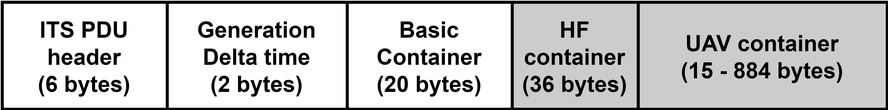
This is uav_cam/protocol_stack_modified_cam_high_level.drawio.png from sandaruwanjayaweera/v2xplus, a draw.io export, as it was before one commit. Source tidied: cells renumbered, new cells last; positions are measured from the earlier drawing's top-left corner, leaving out a move shared by most shapes. Source of this version:
```xml
<mxGraphModel>
  <root>
    <mxCell id="0" />
    <mxCell id="1" parent="0" />
    <mxCell id="2" value="ITS PDU header&lt;br style=&quot;font-size: 15px;&quot;&gt;(6 bytes)" style="rounded=0;whiteSpace=wrap;html=1;fillColor=#FFFFFF;fontSize=15;fontStyle=1;strokeWidth=2;" parent="1" vertex="1">
      <mxGeometry width="110" height="71" as="geometry" />
    </mxCell>
    <mxCell id="3" value="Basic Container&lt;br style=&quot;font-size: 15px;&quot;&gt;(20 bytes)" style="rounded=0;whiteSpace=wrap;html=1;fillColor=#FFFFFF;fontSize=15;fontStyle=1;strokeWidth=2;" parent="1" vertex="1">
      <mxGeometry x="230" width="110" height="71" as="geometry" />
    </mxCell>
    <mxCell id="4" value="HF container&lt;br style=&quot;font-size: 15px;&quot;&gt;(36 bytes)" style="rounded=0;whiteSpace=wrap;html=1;fillColor=#CCCCCC;fontSize=15;fontStyle=1;strokeWidth=2;" parent="1" vertex="1">
      <mxGeometry x="340" width="84" height="71" as="geometry" />
    </mxCell>
    <mxCell id="5" value="UAV container&lt;br style=&quot;font-size: 15px;&quot;&gt;(15 - 884 bytes)" style="rounded=0;whiteSpace=wrap;html=1;fillColor=#CCCCCC;fontSize=15;fontStyle=1;strokeWidth=2;" parent="1" vertex="1">
      <mxGeometry x="424" width="166" height="71" as="geometry" />
    </mxCell>
    <mxCell id="6" value="Generation Delta time&lt;br style=&quot;font-size: 15px;&quot;&gt;(2 bytes)" style="rounded=0;whiteSpace=wrap;html=1;fillColor=#FFFFFF;fontSize=15;fontStyle=1;strokeWidth=2;" parent="1" vertex="1">
      <mxGeometry x="110" width="120" height="71" as="geometry" />
    </mxCell>
  </root>
</mxGraphModel>
```
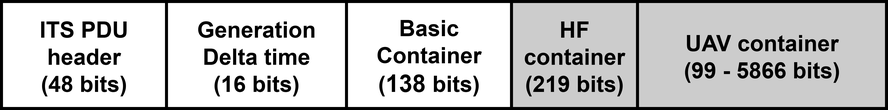
After the commit.

Commit message:
bit len

Diff of the diagram source:
```diff
@@ -2,19 +2,19 @@
   <root>
     <mxCell id="0" />
     <mxCell id="1" parent="0" />
-    <mxCell id="2" value="ITS PDU header&lt;br style=&quot;font-size: 15px;&quot;&gt;(6 bytes)" style="rounded=0;whiteSpace=wrap;html=1;fillColor=#FFFFFF;fontSize=15;fontStyle=1;strokeWidth=2;" parent="1" vertex="1">
+    <mxCell id="2" value="ITS PDU header&lt;br style=&quot;font-size: 15px;&quot;&gt;(48 bits)" style="rounded=0;whiteSpace=wrap;html=1;fillColor=#FFFFFF;fontSize=15;fontStyle=1;strokeWidth=2;" parent="1" vertex="1">
       <mxGeometry width="110" height="71" as="geometry" />
     </mxCell>
-    <mxCell id="3" value="Basic Container&lt;br style=&quot;font-size: 15px;&quot;&gt;(20 bytes)" style="rounded=0;whiteSpace=wrap;html=1;fillColor=#FFFFFF;fontSize=15;fontStyle=1;strokeWidth=2;" parent="1" vertex="1">
+    <mxCell id="3" value="Basic Container&lt;br style=&quot;font-size: 15px;&quot;&gt;(&lt;span style=&quot;font-size: 16px;&quot;&gt;138&amp;nbsp;&lt;/span&gt;bits)" style="rounded=0;whiteSpace=wrap;html=1;fillColor=#FFFFFF;fontSize=15;fontStyle=1;strokeWidth=2;" parent="1" vertex="1">
       <mxGeometry x="230" width="110" height="71" as="geometry" />
     </mxCell>
-    <mxCell id="4" value="HF container&lt;br style=&quot;font-size: 15px;&quot;&gt;(36 bytes)" style="rounded=0;whiteSpace=wrap;html=1;fillColor=#CCCCCC;fontSize=15;fontStyle=1;strokeWidth=2;" parent="1" vertex="1">
+    <mxCell id="4" value="HF container&lt;br style=&quot;font-size: 15px;&quot;&gt;(219 bits)" style="rounded=0;whiteSpace=wrap;html=1;fillColor=#CCCCCC;fontSize=15;fontStyle=1;strokeWidth=2;" parent="1" vertex="1">
       <mxGeometry x="340" width="84" height="71" as="geometry" />
     </mxCell>
-    <mxCell id="5" value="UAV container&lt;br style=&quot;font-size: 15px;&quot;&gt;(15 - 884 bytes)" style="rounded=0;whiteSpace=wrap;html=1;fillColor=#CCCCCC;fontSize=15;fontStyle=1;strokeWidth=2;" parent="1" vertex="1">
+    <mxCell id="5" value="UAV container&lt;br style=&quot;font-size: 15px;&quot;&gt;(99 - 5866 bits)" style="rounded=0;whiteSpace=wrap;html=1;fillColor=#CCCCCC;fontSize=15;fontStyle=1;strokeWidth=2;" parent="1" vertex="1">
       <mxGeometry x="424" width="166" height="71" as="geometry" />
     </mxCell>
-    <mxCell id="6" value="Generation Delta time&lt;br style=&quot;font-size: 15px;&quot;&gt;(2 bytes)" style="rounded=0;whiteSpace=wrap;html=1;fillColor=#FFFFFF;fontSize=15;fontStyle=1;strokeWidth=2;" parent="1" vertex="1">
+    <mxCell id="6" value="Generation Delta time&lt;br style=&quot;font-size: 15px;&quot;&gt;(16 bits)" style="rounded=0;whiteSpace=wrap;html=1;fillColor=#FFFFFF;fontSize=15;fontStyle=1;strokeWidth=2;" parent="1" vertex="1">
       <mxGeometry x="110" width="120" height="71" as="geometry" />
     </mxCell>
   </root>
```
